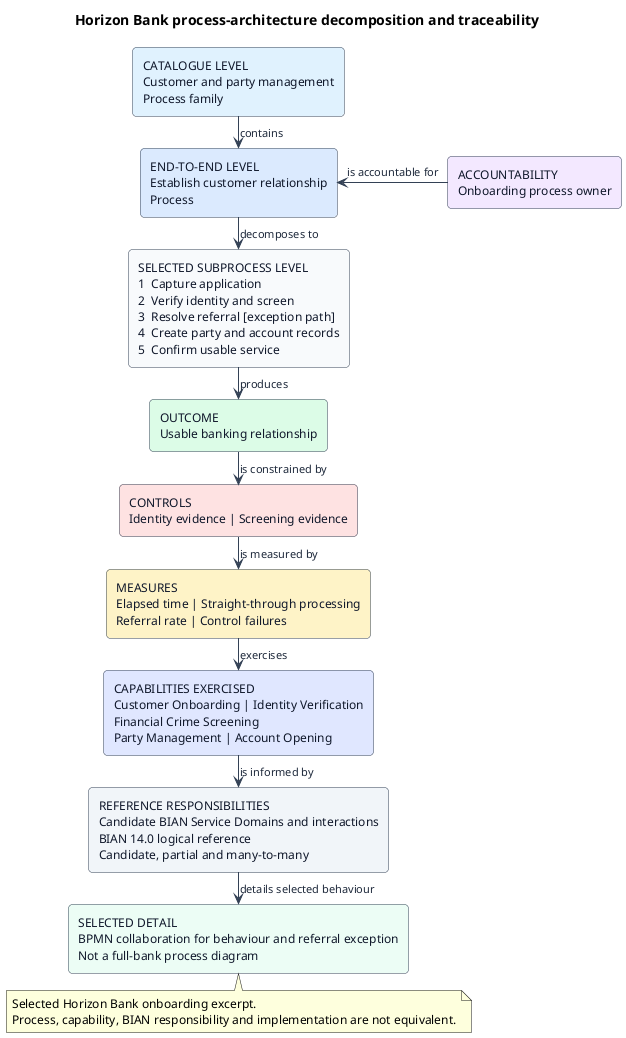
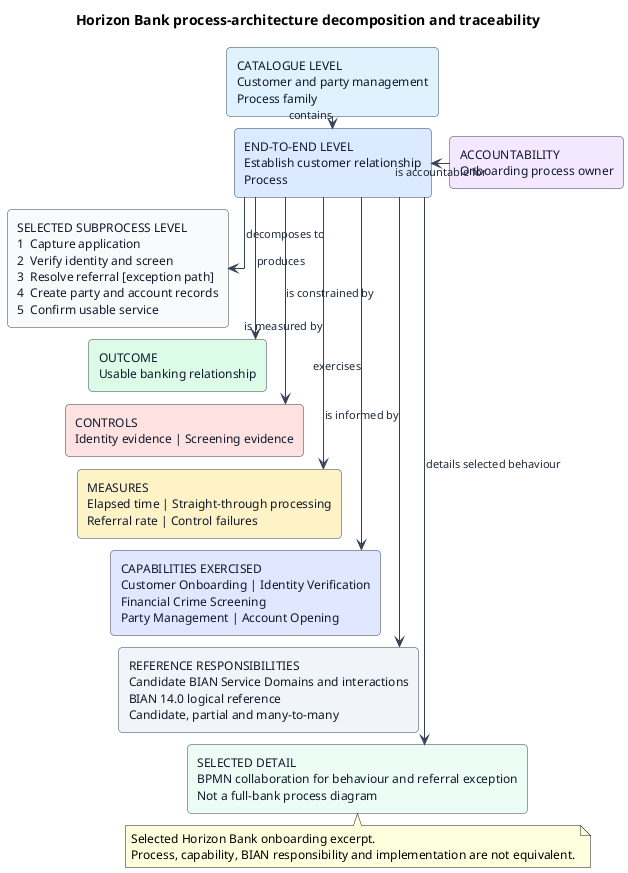
@startuml
title Horizon Bank process-architecture decomposition and traceability

skinparam backgroundColor #FFFFFF
skinparam defaultFontName Arial
skinparam defaultFontSize 12
skinparam shadowing false
skinparam ranksep 12
skinparam nodesep 18
+ skinparam linetype ortho
skinparam ArrowColor #334155
skinparam ArrowFontColor #1E293B
skinparam ArrowFontSize 11
skinparam rectangle {
  BackgroundColor #F8FAFC
  BorderColor #334155
  FontColor #0F172A
  RoundCorner 8
}

rectangle "CATALOGUE LEVEL\nCustomer and party management\nProcess family" as FAMILY #E0F2FE
rectangle "END-TO-END LEVEL\nEstablish customer relationship\nProcess" as PROCESS #DBEAFE
rectangle "SELECTED SUBPROCESS LEVEL\n1  Capture application\n2  Verify identity and screen\n3  Resolve referral [exception path]\n4  Create party and account records\n5  Confirm usable service" as DECOMP #F8FAFC

rectangle "ACCOUNTABILITY\nOnboarding process owner" as OWNER #F3E8FF
rectangle "OUTCOME\nUsable banking relationship" as OUTCOME #DCFCE7
rectangle "CONTROLS\nIdentity evidence | Screening evidence" as CONTROLS #FEE2E2
rectangle "MEASURES\nElapsed time | Straight-through processing\nReferral rate | Control failures" as MEASURES #FEF3C7
rectangle "CAPABILITIES EXERCISED\nCustomer Onboarding | Identity Verification\nFinancial Crime Screening\nParty Management | Account Opening" as CAPS #E0E7FF
rectangle "REFERENCE RESPONSIBILITIES\nCandidate BIAN Service Domains and interactions\nBIAN 14.0 logical reference\nCandidate, partial and many-to-many" as BIAN #F1F5F9
rectangle "SELECTED DETAIL\nBPMN collaboration for behaviour and referral exception\nNot a full-bank process diagram" as BPMN #ECFDF5

FAMILY -down-> PROCESS : contains
- OWNER -left-> PROCESS : is accountable for
+ OWNER -left----> PROCESS : is accountable for
PROCESS -down-> DECOMP : decomposes to
- DECOMP -down-> OUTCOME : produces
- OUTCOME -down-> CONTROLS : is constrained by
- CONTROLS -down-> MEASURES : is measured by
- MEASURES -down-> CAPS : exercises
- CAPS -down-> BIAN : is informed by
- BIAN -down-> BPMN : details selected behaviour
+ DECOMP -[hidden]down- OUTCOME
+ OUTCOME -[hidden]down- CONTROLS
+ CONTROLS -[hidden]down- MEASURES
+ MEASURES -[hidden]down- CAPS
+ CAPS -[hidden]down- BIAN
+ BIAN -[hidden]down- BPMN
+ 
+ PROCESS -down-> OUTCOME : produces
+ PROCESS -down-> CONTROLS : is constrained by
+ PROCESS -down-> MEASURES : is measured by
+ PROCESS -down-> CAPS : exercises
+ PROCESS -down-> BIAN : is informed by
+ PROCESS -down-> BPMN : details selected behaviour

note bottom
  Selected Horizon Bank onboarding excerpt.
  Process, capability, BIAN responsibility and implementation are not equivalent.
end note
@enduml
